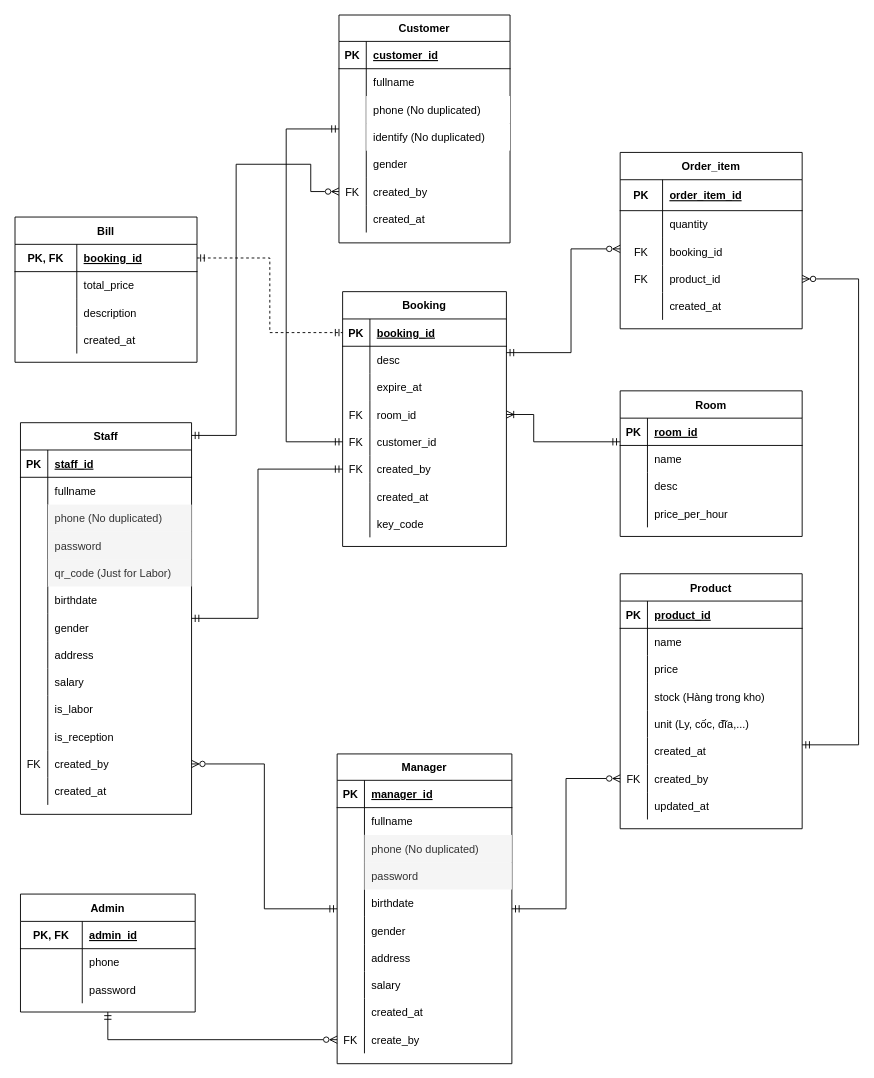
Above: page "ERD" (1 of 2) of Hotel/ERD/Hotel_Digrams.drawio in akili862002/HotelManagementWF (draw.io), before the change. Source tidied: cells renumbered, new cells numbered last; positions are measured from the earlier drawing's top-left corner, leaving out a move shared by most shapes. Both pictures are drawn from the tidied source at 91%, with x=0, y=0 at pixel (15, 15).
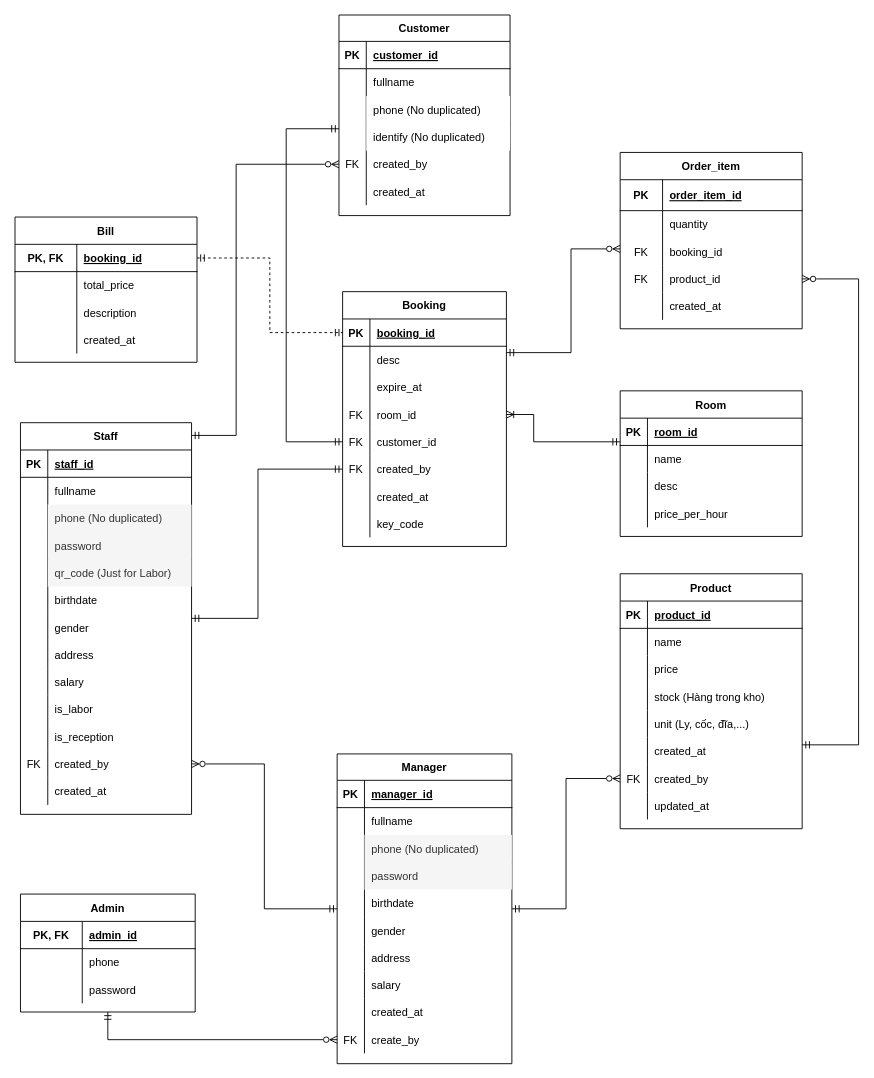
Above is the later version.

Unchanged cells that the change refers to:
```xml
<mxCell id="2" value="Staff" style="shape=table;startSize=30;childLayout=tableLayout;rowLines=0;fontStyle=1;align=center;" parent="1" vertex="1">
  <mxGeometry x="6" y="448" width="188" height="430.4" as="geometry" />
</mxCell>
```

What changed in the source:
```diff
@@
     <mxCell id="172" value="Customer" style="shape=table;startSize=29;childLayout=tableLayout;rowLines=0;fontStyle=1;align=center;" parent="1" vertex="1">
-      <mxGeometry x="356" width="188" height="250.4" as="geometry" />
+      <mxGeometry x="356" width="188" height="220.4" as="geometry" />
     </mxCell>
@@
-    <mxCell id="185" style="shape=tableRow;horizontal=0;startSize=0;swimlaneHead=0;swimlaneBody=0;fillColor=none;top=0;left=0;right=0;bottom=0;" parent="172" vertex="1">
-      <mxGeometry y="149" width="188" height="30" as="geometry" />
-    </mxCell>
-    <mxCell id="186" style="shape=partialRectangle;fillColor=none;top=0;left=0;bottom=0;right=0;overflow=hidden;" parent="185" vertex="1">
-      <mxGeometry width="30" height="30" as="geometry" />
-    </mxCell>
-    <mxCell id="187" value="gender" style="shape=partialRectangle;fillColor=none;top=0;left=0;bottom=0;right=0;align=left;spacingLeft=6;overflow=hidden;" parent="185" vertex="1">
-      <mxGeometry x="30" width="158" height="30" as="geometry" />
-    </mxCell>
     <mxCell id="188" style="shape=tableRow;horizontal=0;startSize=0;swimlaneHead=0;swimlaneBody=0;fillColor=none;points=[[0,0.5],[1,0.5]];portConstraint=eastwest;top=0;left=0;right=0;bottom=0;" parent="172" vertex="1">
-      <mxGeometry y="179" width="188" height="30" as="geometry" />
+      <mxGeometry y="149" width="188" height="30" as="geometry" />
     </mxCell>
@@
     <mxCell id="191" style="shape=tableRow;horizontal=0;startSize=0;swimlaneHead=0;swimlaneBody=0;fillColor=none;top=0;left=0;right=0;bottom=0;" parent="172" vertex="1">
-      <mxGeometry y="209" width="188" height="30" as="geometry" />
+      <mxGeometry y="179" width="188" height="30" as="geometry" />
     </mxCell>
@@
     <mxCell id="195" style="edgeStyle=orthogonalEdgeStyle;rounded=0;jettySize=auto;html=1;endArrow=ERzeroToMany;endFill=0;startArrow=ERmandOne;startFill=0;" parent="1" edge="1" source="2" target="188">
       <mxGeometry relative="1" as="geometry">
         <Array as="points">
           <mxPoint x="243" y="462" />
           <mxPoint x="243" y="164" />
-          <mxPoint x="325" y="164" />
-          <mxPoint x="325" y="194" />
         </Array>
       </mxGeometry>
     </mxCell>
```
